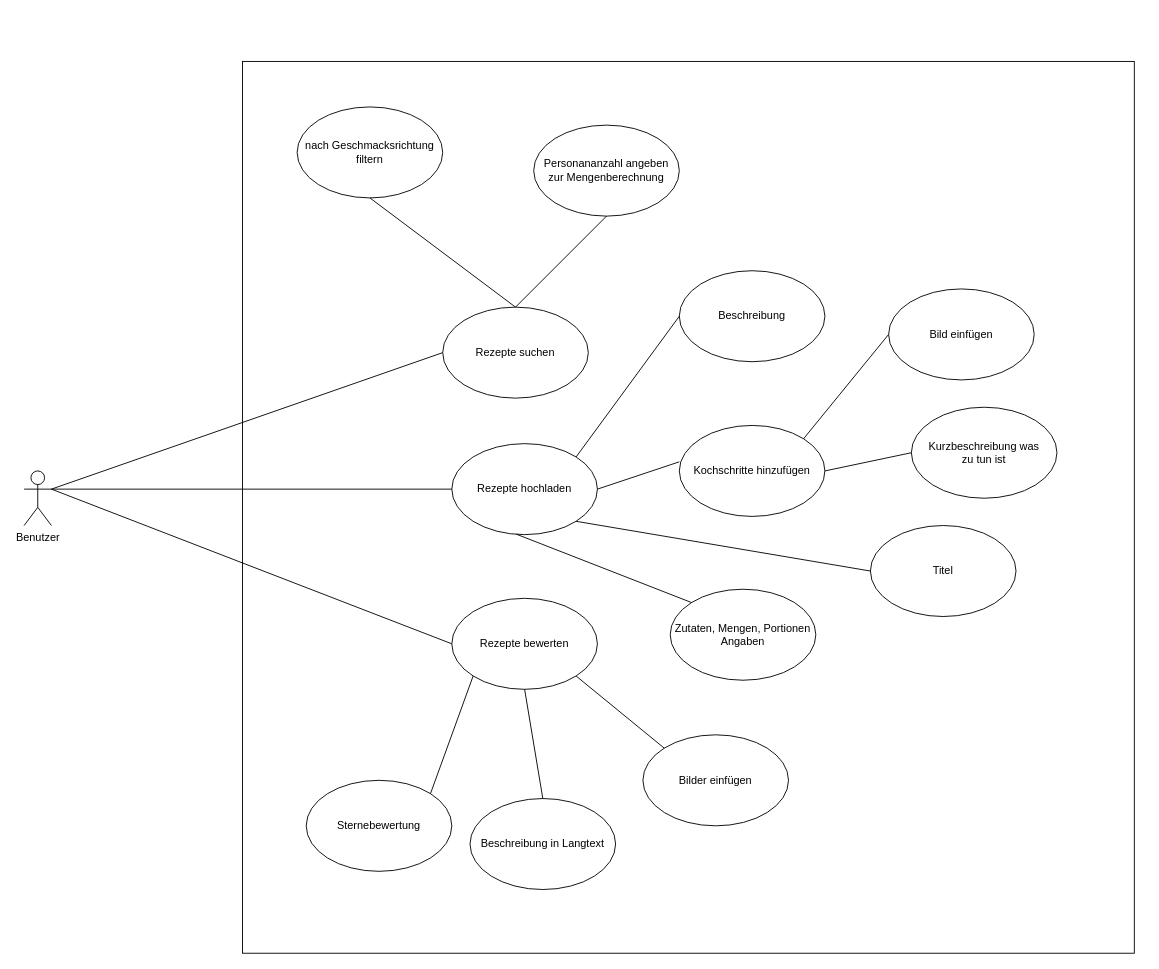
Above: Use Case Diagramm.drawio in auhsoj20/CookItYourself (draw.io), before the change. Source tidied: cells renumbered, new cells numbered last; positions are measured from the earlier drawing's top-left corner, leaving out a move shared by most shapes. Both pictures are drawn from the tidied source at 91%, with x=0, y=0 at pixel (24, 61).
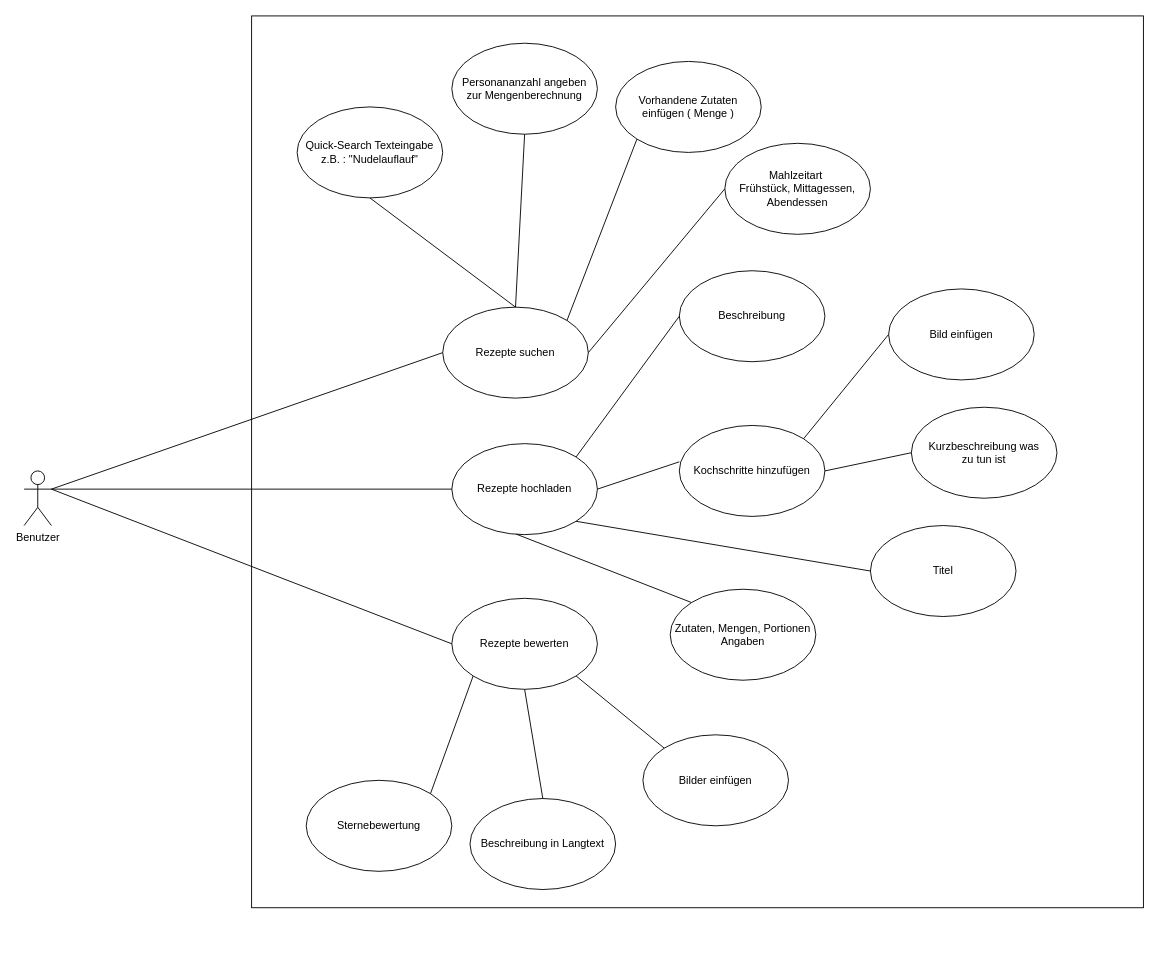
Above is the later version.

Unchanged cells that the change refers to:
```xml
<mxCell id="6" value="Rezepte suchen" style="ellipse;whiteSpace=wrap;html=1;" parent="1" vertex="1">
  <mxGeometry x="460" y="270" width="160" height="100" as="geometry" />
</mxCell>
```

Change to the diagram source:
```diff
@@
     <mxCell id="2" style="whiteSpace=wrap;html=1;" parent="1" vertex="1">
-      <mxGeometry x="240" width="980" height="980" as="geometry" />
+      <mxGeometry x="250" y="-50" width="980" height="980" as="geometry" />
     </mxCell>
@@
-    <mxCell id="10" value="nach Geschmacksrichtung filtern" style="ellipse;whiteSpace=wrap;html=1;" parent="1" vertex="1">
+    <mxCell id="10" value="Quick-Search Texteingabe&lt;br&gt;z.B. : &quot;Nudelauflauf&quot;" style="ellipse;whiteSpace=wrap;html=1;" parent="1" vertex="1">
       <mxGeometry x="300" y="50" width="160" height="100" as="geometry" />
     </mxCell>
@@
     <mxCell id="12" value="Personananzahl angeben&lt;br&gt;zur Mengenberechnung" style="ellipse;whiteSpace=wrap;html=1;" parent="1" vertex="1">
-      <mxGeometry x="560" y="70" width="160" height="100" as="geometry" />
+      <mxGeometry x="470" y="-20" width="160" height="100" as="geometry" />
     </mxCell>
@@
+    <mxCell id="32" value="Vorhandene Zutaten einfügen ( Menge )" style="ellipse;whiteSpace=wrap;html=1;" parent="1" vertex="1">
+      <mxGeometry x="650" width="160" height="100" as="geometry" />
+    </mxCell>
+    <mxCell id="33" style="endArrow=none;html=1;rounded=0;entryX=0;entryY=1;entryDx=0;entryDy=0;exitX=1;exitY=0;exitDx=0;exitDy=0;" parent="1" edge="1" source="6" target="32">
+      <mxGeometry relative="1" as="geometry" />
+    </mxCell>
+    <mxCell id="34" value="Mahlzeitart&amp;nbsp;&lt;br&gt;Frühstück, Mittagessen, Abendessen" style="ellipse;whiteSpace=wrap;html=1;" parent="1" vertex="1">
+      <mxGeometry x="770" y="90" width="160" height="100" as="geometry" />
+    </mxCell>
+    <mxCell id="35" style="endArrow=none;html=1;rounded=0;exitX=1;exitY=0.5;exitDx=0;exitDy=0;entryX=0;entryY=0.5;entryDx=0;entryDy=0;" parent="1" edge="1" source="6" target="34">
+      <mxGeometry relative="1" as="geometry" />
+    </mxCell>
```
